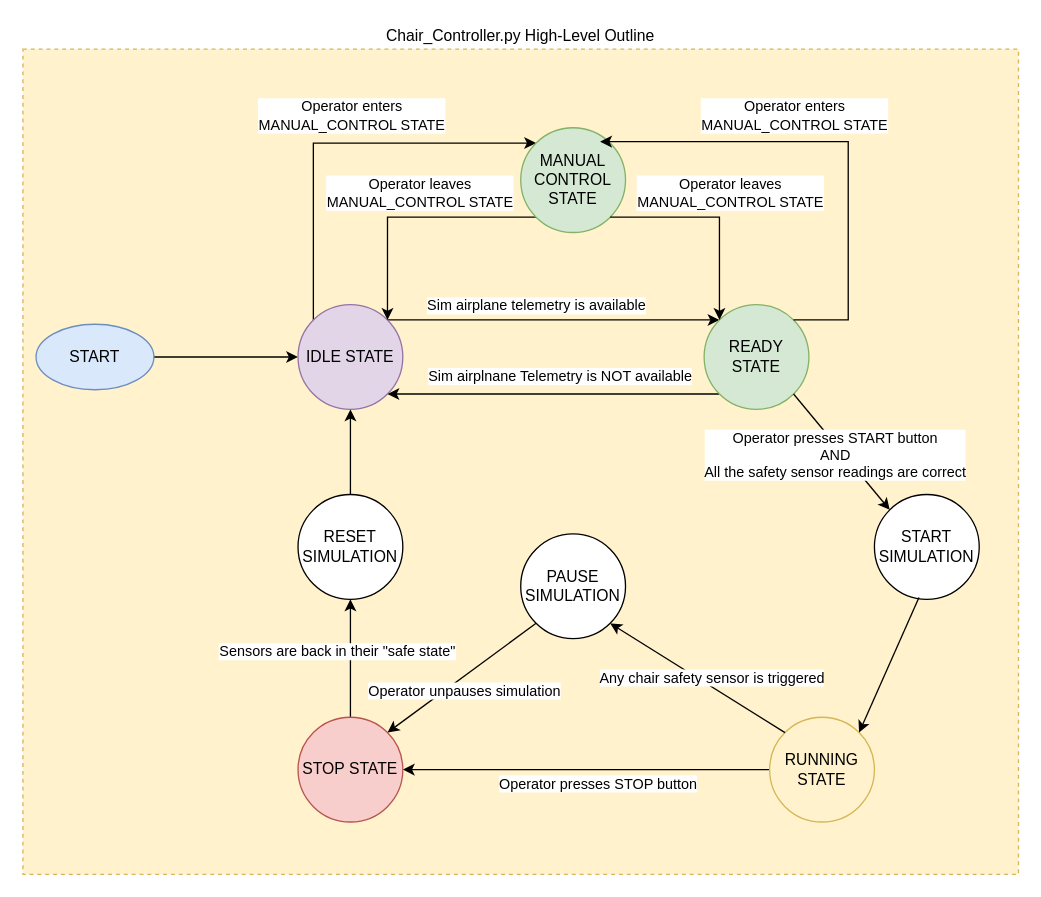
Above: High_Level_Outline.drawio in robodude0395/Falcon2_Flight_Sim_Software (draw.io), before the change. Source tidied: cells renumbered, new cells numbered last; positions are measured from the earlier drawing's top-left corner, leaving out a move shared by most shapes. Both pictures are drawn from the tidied source at 131%, with x=0, y=0 at pixel (22, 22).
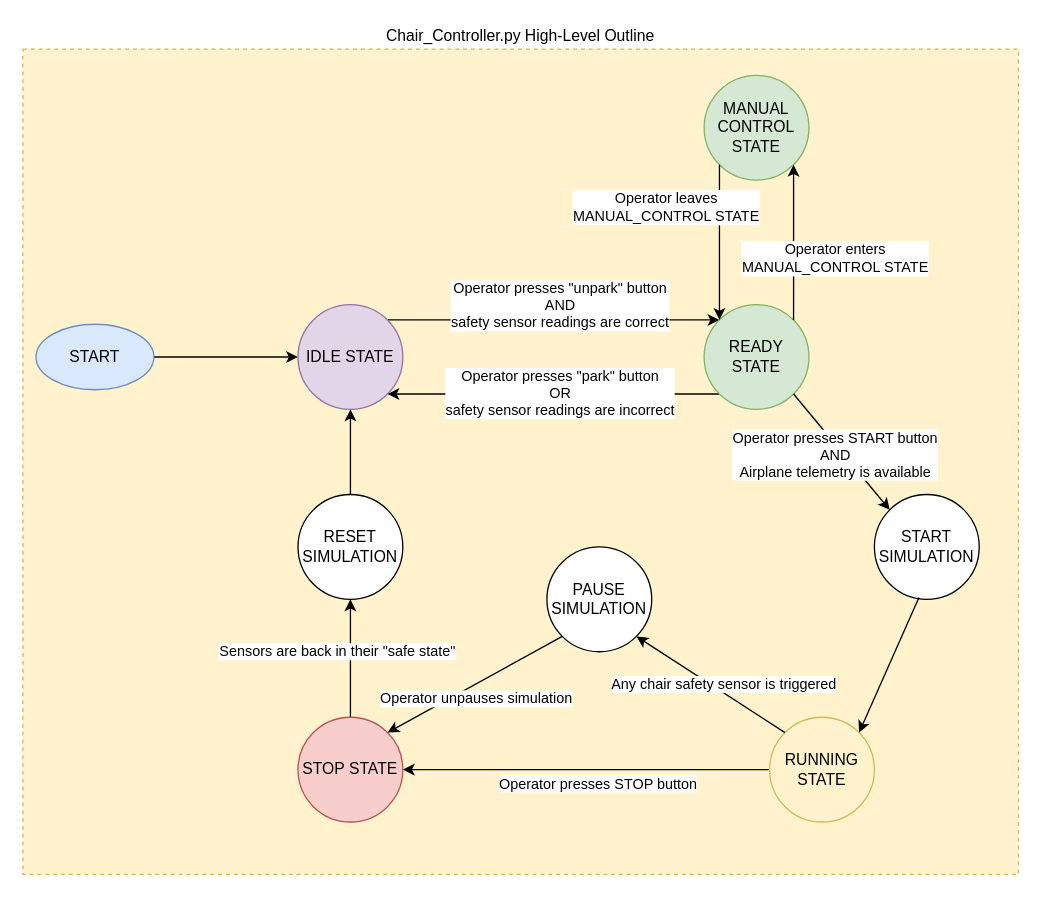
The same diagram, later.

Unchanged cells that the change refers to:
```xml
<mxCell id="5" style="edgeStyle=orthogonalEdgeStyle;rounded=0;jettySize=auto;html=1;exitX=1;exitY=0;exitDx=0;exitDy=0;entryX=0;entryY=0;entryDx=0;entryDy=0;" parent="1" edge="1" source="9" target="11">
  <mxGeometry relative="1" as="geometry" />
</mxCell>
<mxCell id="9" value="IDLE STATE" style="ellipse;whiteSpace=wrap;html=1;fillColor=#e1d5e7;strokeColor=#9673a6;" parent="1" vertex="1">
  <mxGeometry x="210" y="215" width="80" height="80" as="geometry" />
</mxCell>
<mxCell id="11" value="READY STATE" style="ellipse;whiteSpace=wrap;html=1;fillColor=#d5e8d4;strokeColor=#82b366;" parent="1" vertex="1">
  <mxGeometry x="520" y="215" width="80" height="80" as="geometry" />
</mxCell>
<mxCell id="19" value="START SIMULATION" style="ellipse;whiteSpace=wrap;html=1;" parent="1" vertex="1">
  <mxGeometry x="650" y="360" width="80" height="80" as="geometry" />
</mxCell>
```

Diff of the diagram source:
```diff
@@
-    <mxCell id="6" value="Sim airplane telemetry is available" style="edgeLabel;html=1;align=center;verticalAlign=middle;" parent="5" vertex="1">
+    <mxCell id="6" value="Operator presses &quot;unpark&quot; button&lt;br&gt;AND&lt;br&gt;safety sensor readings are correct" style="edgeLabel;html=1;align=center;verticalAlign=middle;" parent="5" vertex="1">
       <mxGeometry x="-0.11" y="1" relative="1" as="geometry">
-        <mxPoint y="-10.7" as="offset" />
+        <mxPoint x="18.7" y="-10.7" as="offset" />
       </mxGeometry>
     </mxCell>
-    <mxCell id="7" style="edgeStyle=orthogonalEdgeStyle;rounded=0;jettySize=auto;html=1;exitX=0;exitY=0;exitDx=0;exitDy=0;entryX=0;entryY=1;entryDx=0;entryDy=0;" parent="1" edge="1" source="9" target="27">
-      <mxGeometry relative="1" as="geometry">
-        <Array as="points">
-          <mxPoint x="222" y="92" />
-        </Array>
-      </mxGeometry>
-    </mxCell>
-    <mxCell id="8" value="Operator enters &lt;br&gt;MANUAL_CONTROL STATE" style="edgeLabel;html=1;align=center;verticalAlign=middle;" parent="7" vertex="1">
-      <mxGeometry x="0.36" y="8" relative="1" as="geometry">
-        <mxPoint x="-42.7" y="-13.7" as="offset" />
-      </mxGeometry>
-    </mxCell>
@@
-    <mxCell id="10" value="&lt;span style=&quot;color: rgb(0 , 0 , 0) ; font-family: &amp;#34;helvetica&amp;#34; ; font-size: 11px ; font-style: normal ; font-weight: 400 ; letter-spacing: normal ; text-align: center ; text-indent: 0px ; text-transform: none ; word-spacing: 0px ; background-color: rgb(255 , 255 , 255) ; display: inline ; float: none&quot;&gt;Sim airplnane Telemetry is NOT available&lt;/span&gt;" style="edgeStyle=orthogonalEdgeStyle;rounded=0;jettySize=auto;html=1;exitX=0;exitY=1;exitDx=0;exitDy=0;entryX=1;entryY=1;entryDx=0;entryDy=0;" parent="1" edge="1" source="11" target="9">
-      <mxGeometry x="-0.04" y="-13" relative="1" as="geometry" />
+    <mxCell id="10" value="&lt;span style=&quot;color: rgb(0 , 0 , 0) ; font-family: &amp;#34;helvetica&amp;#34; ; font-size: 11px ; font-style: normal ; font-weight: 400 ; letter-spacing: normal ; text-align: center ; text-indent: 0px ; text-transform: none ; word-spacing: 0px ; background-color: rgb(255 , 255 , 255) ; display: inline ; float: none&quot;&gt;Operator presses &quot;park&quot; button&lt;br&gt;OR&lt;br&gt;safety sensor readings are incorrect&lt;br&gt;&lt;/span&gt;" style="edgeStyle=orthogonalEdgeStyle;rounded=0;jettySize=auto;html=1;exitX=0;exitY=1;exitDx=0;exitDy=0;entryX=1;entryY=1;entryDx=0;entryDy=0;" parent="1" edge="1" source="11" target="9">
+      <mxGeometry x="-0.04" relative="1" as="geometry" />
     </mxCell>
@@
     <mxCell id="17" value="PAUSE SIMULATION" style="ellipse;whiteSpace=wrap;html=1;" parent="1" vertex="1">
-      <mxGeometry x="380" y="390" width="80" height="80" as="geometry" />
+      <mxGeometry x="400" y="400" width="80" height="80" as="geometry" />
     </mxCell>
@@
-    <mxCell id="20" value="Operator presses START button&lt;br&gt;AND&lt;br&gt;All the safety sensor readings are correct" style="endArrow=classic;html=1;exitX=1;exitY=1;exitDx=0;exitDy=0;entryX=0;entryY=0;entryDx=0;entryDy=0;" parent="1" edge="1" source="11" target="19">
+    <mxCell id="20" value="Operator presses START button&lt;br&gt;AND&lt;br&gt;Airplane telemetry is available" style="endArrow=classic;html=1;exitX=1;exitY=1;exitDx=0;exitDy=0;entryX=0;entryY=0;entryDx=0;entryDy=0;" parent="1" edge="1" source="11" target="19">
       <mxGeometry x="-0.02" y="-5" relative="1" as="geometry" />
     </mxCell>
@@
-    <mxCell id="25" style="edgeStyle=orthogonalEdgeStyle;rounded=0;jettySize=auto;html=1;exitX=1;exitY=1;exitDx=0;exitDy=0;entryX=1;entryY=0;entryDx=0;entryDy=0;" parent="1" edge="1" source="27" target="9">
-      <mxGeometry relative="1" as="geometry" />
-    </mxCell>
-    <mxCell id="26" value="Operator leaves&lt;br&gt;MANUAL_CONTROL STATE" style="edgeLabel;html=1;align=center;verticalAlign=middle;" parent="25" vertex="1">
-      <mxGeometry x="-0.18" y="-5" relative="1" as="geometry">
-        <mxPoint x="-10.7" y="-13.3" as="offset" />
-      </mxGeometry>
-    </mxCell>
     <mxCell id="27" value="MANUAL CONTROL&lt;br&gt;STATE" style="ellipse;whiteSpace=wrap;html=1;fillColor=#d5e8d4;strokeColor=#82b366;direction=south;" parent="1" vertex="1">
-      <mxGeometry x="380" y="80" width="80" height="80" as="geometry" />
+      <mxGeometry x="520" y="40" width="80" height="80" as="geometry" />
     </mxCell>
-    <mxCell id="28" style="edgeStyle=orthogonalEdgeStyle;rounded=0;jettySize=auto;html=1;entryX=0.133;entryY=0.242;entryDx=0;entryDy=0;entryPerimeter=0;exitX=1;exitY=0;exitDx=0;exitDy=0;" parent="1" edge="1" source="11" target="27">
+    <mxCell id="28" style="edgeStyle=orthogonalEdgeStyle;rounded=0;jettySize=auto;html=1;entryX=1;entryY=0;entryDx=0;entryDy=0;exitX=1;exitY=0;exitDx=0;exitDy=0;" parent="1" edge="1" source="11" target="27">
       <mxGeometry relative="1" as="geometry">
         <Array as="points">
-          <mxPoint x="630" y="227" />
-          <mxPoint x="630" y="91" />
+          <mxPoint x="588" y="190" />
+          <mxPoint x="588" y="190" />
         </Array>
       </mxGeometry>
     </mxCell>
     <mxCell id="29" value="Operator enters &lt;br&gt;MANUAL_CONTROL STATE" style="edgeLabel;html=1;align=center;verticalAlign=middle;" parent="28" vertex="1">
       <mxGeometry x="0.36" y="8" relative="1" as="geometry">
-        <mxPoint x="30.6" y="-28.6" as="offset" />
+        <mxPoint x="39.7" y="33.3" as="offset" />
       </mxGeometry>
     </mxCell>
-    <mxCell id="30" style="edgeStyle=orthogonalEdgeStyle;rounded=0;jettySize=auto;html=1;exitX=1;exitY=0;exitDx=0;exitDy=0;entryX=0;entryY=0;entryDx=0;entryDy=0;" parent="1" edge="1" source="27" target="11">
-      <mxGeometry relative="1" as="geometry" />
+    <mxCell id="30" style="edgeStyle=orthogonalEdgeStyle;rounded=0;jettySize=auto;html=1;exitX=1;exitY=1;exitDx=0;exitDy=0;entryX=0;entryY=0;entryDx=0;entryDy=0;" parent="1" edge="1" source="27" target="11">
+      <mxGeometry relative="1" as="geometry">
+        <Array as="points">
+          <mxPoint x="532" y="130" />
+          <mxPoint x="532" y="130" />
+        </Array>
+      </mxGeometry>
     </mxCell>
     <mxCell id="31" value="Operator leaves&lt;br&gt;MANUAL_CONTROL STATE" style="edgeLabel;html=1;align=center;verticalAlign=middle;" parent="30" vertex="1">
       <mxGeometry x="-0.18" y="-5" relative="1" as="geometry">
-        <mxPoint x="25.7" y="-23.3" as="offset" />
+        <mxPoint x="-36.7" y="-16.3" as="offset" />
       </mxGeometry>
     </mxCell>
```
